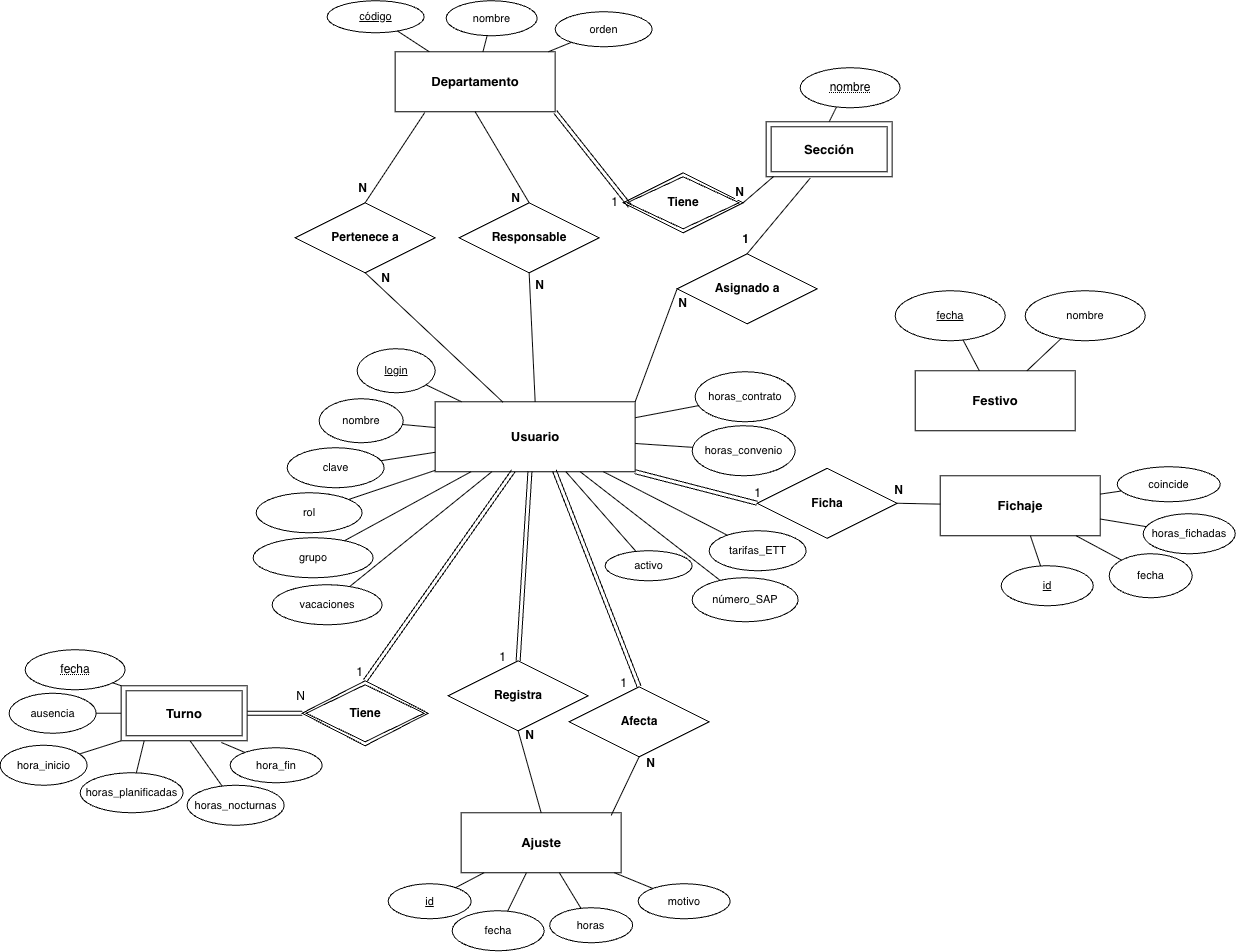
The draw.io diagram docs/diagramas/er.png in MauriL28/CPP-Calendario, before a commit. Source tidied: cells renumbered, new cells last; positions are measured from the earlier drawing's top-left corner, leaving out a move shared by most shapes.
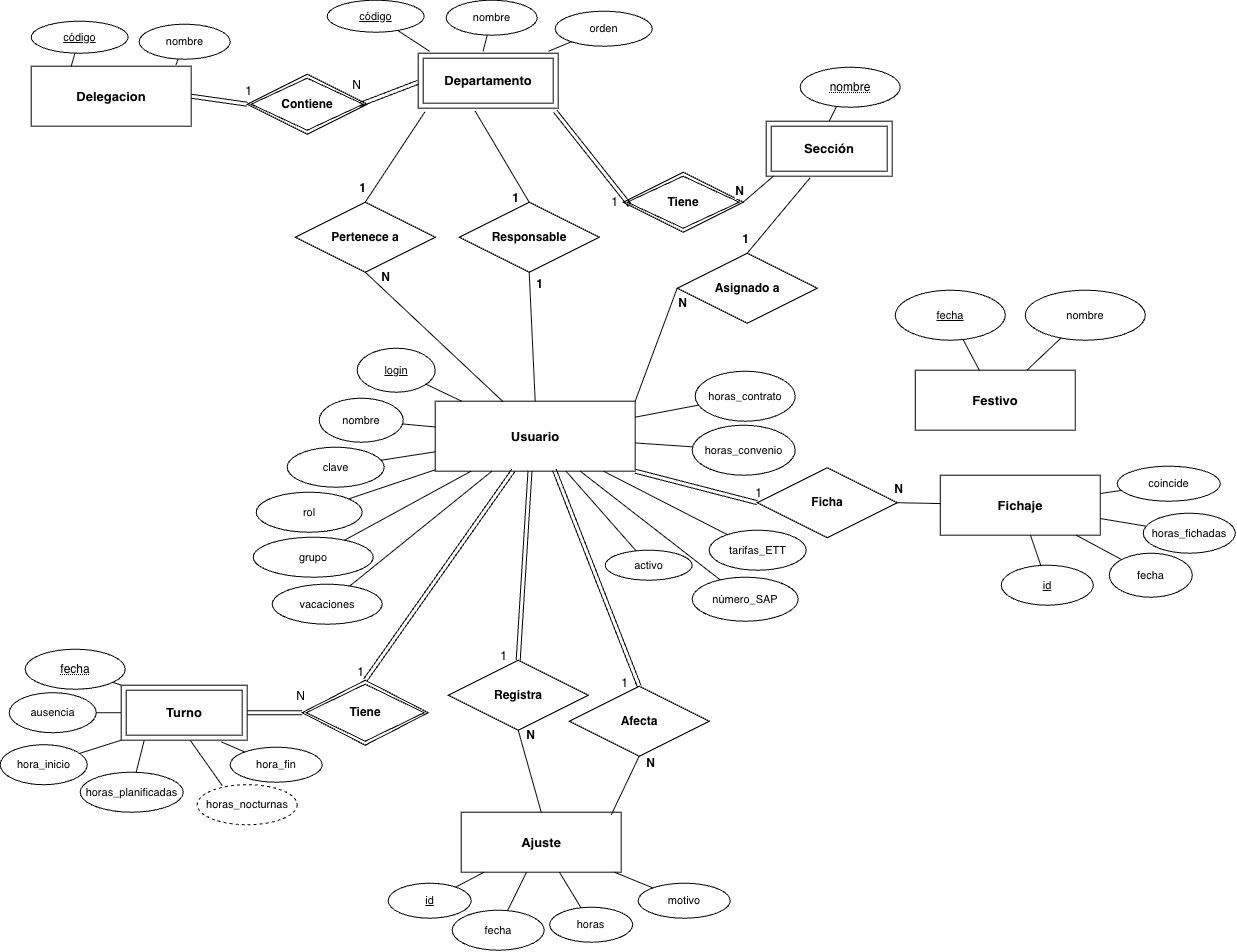
After the commit.

Change to the diagram source:
```diff
@@ -2,26 +2,29 @@
   <root>
     <mxCell id="0" />
     <mxCell id="1" parent="0" />
-    <mxCell id="2" value="Departamento" style="rounded=0;whiteSpace=wrap;html=1;fillColor=none;strokeColor=#000000;fontStyle=1;fontSize=13;" parent="1" vertex="1">
-      <mxGeometry x="395" y="51" width="160" height="60" as="geometry" />
-    </mxCell>
     <mxCell id="3" value="código" style="ellipse;whiteSpace=wrap;html=1;fillColor=none;strokeColor=#000000;fontSize=11;fontStyle=4;" parent="1" vertex="1">
       <mxGeometry x="327" width="97" height="32" as="geometry" />
     </mxCell>
-    <mxCell id="4" style="edgeStyle=none;html=1;endArrow=none;startArrow=none;strokeColor=#000000;fillColor=none;" parent="1" edge="1" source="2" target="3">
-      <mxGeometry relative="1" as="geometry" />
+    <mxCell id="4" style="edgeStyle=none;html=1;endArrow=none;startArrow=none;strokeColor=#000000;fillColor=none;" parent="1" edge="1" target="3">
+      <mxGeometry relative="1" as="geometry">
+        <mxPoint x="429.2" y="51" as="sourcePoint" />
+      </mxGeometry>
     </mxCell>
     <mxCell id="5" value="nombre" style="ellipse;whiteSpace=wrap;html=1;fillColor=none;strokeColor=#000000;fontSize=11;" parent="1" vertex="1">
       <mxGeometry x="446" width="91" height="35" as="geometry" />
     </mxCell>
-    <mxCell id="6" style="edgeStyle=none;html=1;endArrow=none;startArrow=none;strokeColor=#000000;fillColor=none;" parent="1" edge="1" source="2" target="5">
-      <mxGeometry relative="1" as="geometry" />
+    <mxCell id="6" style="edgeStyle=none;html=1;endArrow=none;startArrow=none;strokeColor=#000000;fillColor=none;" parent="1" edge="1" target="5">
+      <mxGeometry relative="1" as="geometry">
+        <mxPoint x="482.9" y="51" as="sourcePoint" />
+      </mxGeometry>
     </mxCell>
     <mxCell id="7" value="orden" style="ellipse;whiteSpace=wrap;html=1;fillColor=none;strokeColor=#000000;fontSize=11;" parent="1" vertex="1">
       <mxGeometry x="555" y="11" width="97" height="35" as="geometry" />
     </mxCell>
-    <mxCell id="8" style="edgeStyle=none;html=1;endArrow=none;startArrow=none;strokeColor=#000000;fillColor=none;" parent="1" edge="1" source="2" target="7">
-      <mxGeometry relative="1" as="geometry" />
+    <mxCell id="8" style="edgeStyle=none;html=1;endArrow=none;startArrow=none;strokeColor=#000000;fillColor=none;" parent="1" edge="1" target="7">
+      <mxGeometry relative="1" as="geometry">
+        <mxPoint x="548.5" y="51" as="sourcePoint" />
+      </mxGeometry>
     </mxCell>
     <mxCell id="9" style="edgeStyle=none;html=1;endArrow=none;startArrow=none;strokeColor=#000000;fillColor=none;exitX=0.5;exitY=0;exitDx=0;exitDy=0;entryX=0.378;entryY=0.908;entryDx=0;entryDy=0;entryPerimeter=0;" parent="1" edge="1" source="71" target="75">
       <mxGeometry relative="1" as="geometry" />
@@ -122,11 +125,10 @@
     <mxCell id="41" style="edgeStyle=none;html=1;endArrow=none;startArrow=none;strokeColor=#000000;fillColor=none;exitX=0.183;exitY=0.998;exitDx=0;exitDy=0;exitPerimeter=0;" parent="1" edge="1" source="73" target="40">
       <mxGeometry relative="1" as="geometry" />
     </mxCell>
-    <mxCell id="42" value="horas_nocturnas" style="ellipse;whiteSpace=wrap;html=1;fillColor=none;strokeColor=#000000;fontSize=11;" parent="1" vertex="1">
-      <mxGeometry x="187" y="784.5" width="97" height="40" as="geometry" />
-    </mxCell>
-    <mxCell id="43" style="edgeStyle=none;html=1;endArrow=none;startArrow=none;strokeColor=#000000;fillColor=none;exitX=0.549;exitY=1.006;exitDx=0;exitDy=0;exitPerimeter=0;" parent="1" edge="1" source="73" target="42">
-      <mxGeometry relative="1" as="geometry" />
+    <mxCell id="43" style="edgeStyle=none;html=1;endArrow=none;startArrow=none;strokeColor=#000000;fillColor=none;exitX=0.549;exitY=1.006;exitDx=0;exitDy=0;exitPerimeter=0;" parent="1" edge="1" source="73">
+      <mxGeometry relative="1" as="geometry">
+        <mxPoint x="222" y="785.3" as="targetPoint" />
+      </mxGeometry>
     </mxCell>
     <mxCell id="44" value="Ajuste" style="rounded=0;whiteSpace=wrap;html=1;fillColor=none;strokeColor=#000000;fontStyle=1;fontSize=13;" parent="1" vertex="1">
       <mxGeometry x="461" y="812" width="160" height="60" as="geometry" />
@@ -280,8 +282,10 @@
     <mxCell id="91" value="N" style="edgeStyle=none;html=1;endArrow=none;startArrow=none;strokeColor=#000000;strokeWidth=1;fontSize=12;fontStyle=1;fillColor=none;entryX=1;entryY=0.5;entryDx=0;entryDy=0;" parent="1" edge="1" source="53" target="70">
       <mxGeometry x="0.96" y="-13" relative="1" as="geometry" />
     </mxCell>
-    <mxCell id="92" style="shape=link;html=1;rounded=0;entryX=0.057;entryY=0.556;entryDx=0;entryDy=0;exitX=1;exitY=1;exitDx=0;exitDy=0;entryPerimeter=0;strokeColor=#000000;" parent="1" edge="1" source="2" target="72">
-      <mxGeometry relative="1" as="geometry" />
+    <mxCell id="92" style="shape=link;html=1;rounded=0;entryX=0.057;entryY=0.556;entryDx=0;entryDy=0;exitX=1;exitY=1;exitDx=0;exitDy=0;entryPerimeter=0;strokeColor=#000000;" parent="1" edge="1" target="72">
+      <mxGeometry relative="1" as="geometry">
+        <mxPoint x="555" y="111" as="sourcePoint" />
+      </mxGeometry>
     </mxCell>
     <mxCell id="93" value="1" style="html=1;whiteSpace=wrap;align=right;verticalAlign=bottom;strokeColor=#000000;" parent="92" vertex="1">
       <mxGeometry x="1" relative="1" as="geometry">
@@ -300,14 +304,60 @@
     <mxCell id="97" value="N" style="edgeStyle=none;html=1;endArrow=none;startArrow=none;strokeColor=#000000;strokeWidth=1;fontSize=12;fontStyle=1;fillColor=none;entryX=0.5;entryY=1;entryDx=0;entryDy=0;exitX=0.339;exitY=0.006;exitDx=0;exitDy=0;exitPerimeter=0;" parent="1" edge="1" source="10" target="67">
       <mxGeometry x="0.8" y="-10" relative="1" as="geometry" />
     </mxCell>
-    <mxCell id="98" value="N" style="edgeStyle=none;html=1;endArrow=none;startArrow=none;strokeColor=#000000;strokeWidth=1;fontSize=12;fontStyle=1;fillColor=none;entryX=0.5;entryY=0;entryDx=0;entryDy=0;exitX=0.185;exitY=1.014;exitDx=0;exitDy=0;exitPerimeter=0;" parent="1" edge="1" source="2" target="67">
-      <mxGeometry x="0.8" y="-10" relative="1" as="geometry" />
+    <mxCell id="98" value="1" style="edgeStyle=none;html=1;endArrow=none;startArrow=none;strokeColor=#000000;strokeWidth=1;fontSize=12;fontStyle=1;fillColor=none;entryX=0.5;entryY=0;entryDx=0;entryDy=0;exitX=0.185;exitY=1.014;exitDx=0;exitDy=0;exitPerimeter=0;" parent="1" edge="1" target="67">
+      <mxGeometry x="0.8" y="-10" relative="1" as="geometry">
+        <mxPoint x="424.6" y="111.8" as="sourcePoint" />
+      </mxGeometry>
     </mxCell>
-    <mxCell id="99" value="N" style="edgeStyle=none;html=1;endArrow=none;startArrow=none;strokeColor=#000000;strokeWidth=1;fontSize=12;fontStyle=1;fillColor=none;entryX=0.5;entryY=0;entryDx=0;entryDy=0;exitX=0.5;exitY=1;exitDx=0;exitDy=0;" parent="1" edge="1" source="2" target="77">
-      <mxGeometry x="0.8" y="-10" relative="1" as="geometry" />
+    <mxCell id="99" value="1" style="edgeStyle=none;html=1;endArrow=none;startArrow=none;strokeColor=#000000;strokeWidth=1;fontSize=12;fontStyle=1;fillColor=none;entryX=0.5;entryY=0;entryDx=0;entryDy=0;exitX=0.5;exitY=1;exitDx=0;exitDy=0;" parent="1" edge="1" target="77">
+      <mxGeometry x="0.8" y="-10" relative="1" as="geometry">
+        <mxPoint x="475" y="111" as="sourcePoint" />
+      </mxGeometry>
     </mxCell>
-    <mxCell id="100" value="N" style="edgeStyle=none;html=1;endArrow=none;startArrow=none;strokeColor=#000000;strokeWidth=1;fontSize=12;fontStyle=1;fillColor=none;entryX=0.5;entryY=1;entryDx=0;entryDy=0;exitX=0.5;exitY=0;exitDx=0;exitDy=0;" parent="1" edge="1" source="10" target="77">
+    <mxCell id="100" value="1" style="edgeStyle=none;html=1;endArrow=none;startArrow=none;strokeColor=#000000;strokeWidth=1;fontSize=12;fontStyle=1;fillColor=none;entryX=0.5;entryY=1;entryDx=0;entryDy=0;exitX=0.5;exitY=0;exitDx=0;exitDy=0;" parent="1" edge="1" source="10" target="77">
       <mxGeometry x="0.8" y="-10" relative="1" as="geometry" />
     </mxCell>
+    <mxCell id="42" value="&lt;span style=&quot;font-size: 11px;&quot;&gt;horas_nocturnas&lt;/span&gt;" style="ellipse;whiteSpace=wrap;html=1;align=center;dashed=1;" parent="1" vertex="1">
+      <mxGeometry x="197" y="784.5" width="100" height="40" as="geometry" />
+    </mxCell>
+    <mxCell id="101" value="Delegacion" style="rounded=0;whiteSpace=wrap;html=1;fillColor=none;strokeColor=#000000;fontStyle=1;fontSize=13;" parent="1" vertex="1">
+      <mxGeometry x="31" y="66" width="160" height="60" as="geometry" />
+    </mxCell>
+    <mxCell id="102" value="código" style="ellipse;whiteSpace=wrap;html=1;fillColor=none;strokeColor=#000000;fontSize=11;fontStyle=4;" parent="1" vertex="1">
+      <mxGeometry x="31" y="21" width="97" height="32" as="geometry" />
+    </mxCell>
+    <mxCell id="103" style="edgeStyle=none;html=1;endArrow=none;startArrow=none;strokeColor=#000000;fillColor=none;exitX=0.25;exitY=0;exitDx=0;exitDy=0;" parent="1" edge="1" source="101" target="102">
+      <mxGeometry relative="1" as="geometry" />
+    </mxCell>
+    <mxCell id="104" value="nombre" style="ellipse;whiteSpace=wrap;html=1;fillColor=none;strokeColor=#000000;fontSize=11;" parent="1" vertex="1">
+      <mxGeometry x="139" y="24" width="91" height="35" as="geometry" />
+    </mxCell>
+    <mxCell id="105" style="edgeStyle=none;html=1;endArrow=none;startArrow=none;strokeColor=#000000;fillColor=none;exitX=0.905;exitY=-0.023;exitDx=0;exitDy=0;exitPerimeter=0;" parent="1" edge="1" source="101" target="104">
+      <mxGeometry relative="1" as="geometry" />
+    </mxCell>
+    <mxCell id="2" value="&lt;span style=&quot;font-size: 13px; font-weight: 700;&quot;&gt;Departamento&lt;/span&gt;" style="shape=ext;margin=3;double=1;whiteSpace=wrap;html=1;align=center;strokeColor=#000000;" parent="1" vertex="1">
+      <mxGeometry x="418" y="53" width="140" height="55" as="geometry" />
+    </mxCell>
+    <mxCell id="106" value="&lt;span style=&quot;font-weight: 700;&quot;&gt;Contiene&lt;/span&gt;" style="shape=rhombus;double=1;perimeter=rhombusPerimeter;whiteSpace=wrap;html=1;align=center;strokeColor=#000000;" parent="1" vertex="1">
+      <mxGeometry x="247" y="74" width="120" height="60" as="geometry" />
+    </mxCell>
+    <mxCell id="107" style="shape=link;html=1;rounded=0;entryX=0.937;entryY=0.508;entryDx=0;entryDy=0;exitX=0;exitY=0.5;exitDx=0;exitDy=0;strokeColor=#000000;entryPerimeter=0;" parent="1" edge="1" target="106">
+      <mxGeometry relative="1" as="geometry">
+        <mxPoint x="418" y="82" as="sourcePoint" />
+      </mxGeometry>
+    </mxCell>
+    <mxCell id="108" value="N" style="html=1;whiteSpace=wrap;align=right;verticalAlign=bottom;strokeColor=#000000;" parent="107" vertex="1">
+      <mxGeometry x="1" relative="1" as="geometry">
+        <mxPoint x="3" y="-11" as="offset" />
+      </mxGeometry>
+    </mxCell>
+    <mxCell id="109" style="shape=link;html=1;rounded=0;entryX=0;entryY=0.5;entryDx=0;entryDy=0;exitX=1;exitY=0.5;exitDx=0;exitDy=0;strokeColor=#000000;" parent="1" edge="1" source="101" target="106">
+      <mxGeometry relative="1" as="geometry" />
+    </mxCell>
+    <mxCell id="110" value="1" style="html=1;whiteSpace=wrap;align=right;verticalAlign=bottom;strokeColor=#000000;" parent="109" vertex="1">
+      <mxGeometry x="1" relative="1" as="geometry">
+        <mxPoint x="6" y="-5" as="offset" />
+      </mxGeometry>
+    </mxCell>
   </root>
 </mxGraphModel>
```
